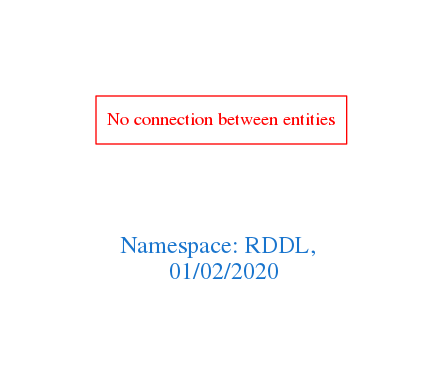
Earlier version of the Graphviz export downloads/RDDL.png (arago/OGIT). Its source is kept beside it as downloads/RDDL.dot.
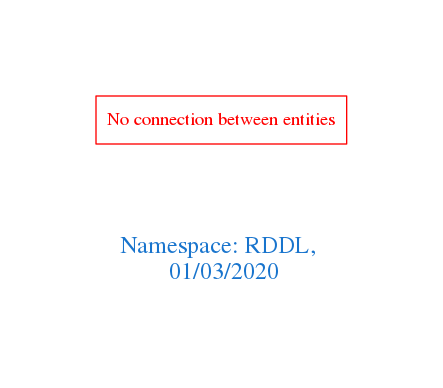
Later version of the same file.

Diff of the diagram source:
```diff
@@ -1,7 +1,7 @@
 digraph OGIT_ontology {
  graph [ rankdir= LR,pad=1
 fontsize = 18,
-fontcolor= dodgerblue3,label = "\n\n\nNamespace: RDDL, \n 01/02/2020"];
+fontcolor= dodgerblue3,label = "\n\n\nNamespace: RDDL, \n 01/03/2020"];
 node[shape=polygon];
 edge [  color="gray81"];
 
```
